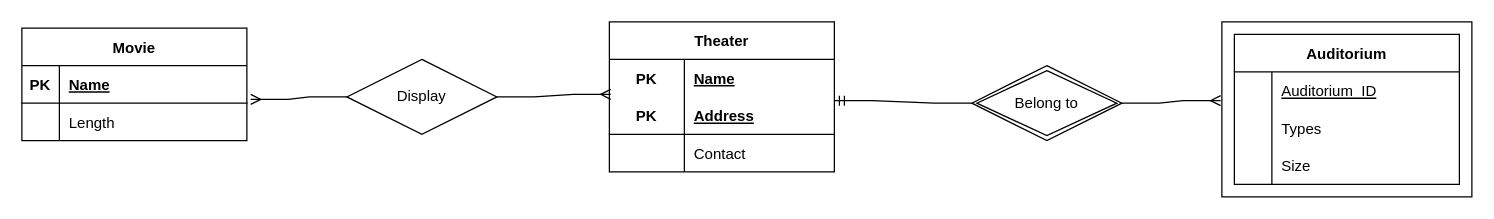
MooMooHorse/MATH221 keeps this draw.io diagram as problem2.drawio. Above is the earlier version. Source tidied: cells renumbered, new cells numbered last; positions are measured from the earlier drawing's top-left corner, leaving out a move shared by most shapes. Both pictures are drawn from the tidied source at 125%, with x=0, y=0 at pixel (21, 21).
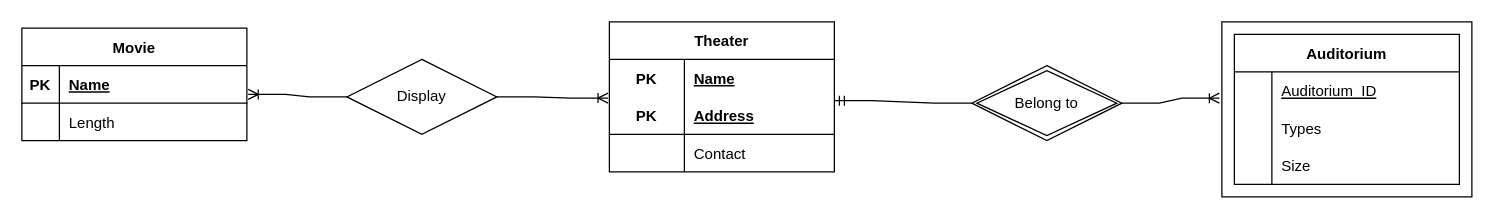
Above is the later version.

Unchanged cells that the change refers to:
```xml
<mxCell id="2" style="rounded=0;whiteSpace=wrap;html=1;" parent="1" vertex="1">
  <mxGeometry x="960" width="200" height="140" as="geometry" />
</mxCell>
<mxCell id="13" value="Belong to" style="shape=rhombus;double=1;perimeter=rhombusPerimeter;whiteSpace=wrap;html=1;align=center;" parent="1" vertex="1">
  <mxGeometry x="760" y="35" width="120" height="60" as="geometry" />
</mxCell>
<mxCell id="16" style="shape=tableRow;horizontal=0;startSize=0;swimlaneHead=0;swimlaneBody=0;fillColor=none;points=[[0,0.5],[1,0.5]];portConstraint=eastwest;top=0;left=0;right=0;bottom=1;" parent="15" vertex="1">
  <mxGeometry y="30" width="180" height="30" as="geometry" />
</mxCell>
<mxCell id="19" style="shape=tableRow;horizontal=0;startSize=0;swimlaneHead=0;swimlaneBody=0;fillColor=none;points=[[0,0.5],[1,0.5]];portConstraint=eastwest;top=0;left=0;right=0;bottom=0;" parent="15" vertex="1">
  <mxGeometry y="60" width="180" height="30" as="geometry" />
</mxCell>
<mxCell id="26" style="shape=tableRow;horizontal=0;startSize=0;swimlaneHead=0;swimlaneBody=0;fillColor=none;points=[[0,0.5],[1,0.5]];portConstraint=eastwest;top=0;left=0;right=0;bottom=1;" parent="22" vertex="1">
  <mxGeometry y="60" width="180" height="30" as="geometry" />
</mxCell>
<mxCell id="32" value="Display" style="shape=rhombus;perimeter=rhombusPerimeter;whiteSpace=wrap;html=1;align=center;" parent="1" vertex="1">
  <mxGeometry x="260" y="30" width="120" height="60" as="geometry" />
</mxCell>
```

Diff of the diagram source:
```diff
@@
-    <mxCell id="14" style="edgeStyle=entityRelationEdgeStyle;fontSize=12;html=1;endArrow=ERmany;rounded=0;exitX=1;exitY=0.5;exitDx=0;exitDy=0;entryX=-0.005;entryY=0.45;entryDx=0;entryDy=0;entryPerimeter=0;" parent="1" edge="1" source="13" target="2">
-      <mxGeometry relative="1" as="geometry" />
-    </mxCell>
@@
+    <mxCell id="14" style="edgeStyle=entityRelationEdgeStyle;fontSize=12;html=1;endArrow=ERoneToMany;rounded=0;entryX=-0.01;entryY=0.436;entryDx=0;entryDy=0;entryPerimeter=0;exitX=1;exitY=0.5;exitDx=0;exitDy=0;" parent="1" edge="1" source="13" target="2">
+      <mxGeometry relative="1" as="geometry" />
+    </mxCell>
+    <mxCell id="36" style="edgeStyle=entityRelationEdgeStyle;fontSize=12;html=1;endArrow=ERoneToMany;rounded=0;exitX=0;exitY=0.5;exitDx=0;exitDy=0;entryX=1.006;entryY=0.767;entryDx=0;entryDy=0;entryPerimeter=0;" parent="1" edge="1" source="32" target="16">
+      <mxGeometry relative="1" as="geometry" />
+    </mxCell>
-    <mxCell id="34" style="edgeStyle=entityRelationEdgeStyle;fontSize=12;html=1;endArrow=ERmany;rounded=0;exitX=1;exitY=0.5;exitDx=0;exitDy=0;entryX=0.006;entryY=-0.067;entryDx=0;entryDy=0;entryPerimeter=0;" parent="1" edge="1" source="32" target="26">
+    <mxCell id="34" style="edgeStyle=entityRelationEdgeStyle;fontSize=12;html=1;endArrow=ERoneToMany;rounded=0;exitX=1;exitY=0.5;exitDx=0;exitDy=0;entryX=-0.006;entryY=0.033;entryDx=0;entryDy=0;entryPerimeter=0;" parent="1" edge="1" source="32" target="26">
       <mxGeometry relative="1" as="geometry" />
     </mxCell>
-    <mxCell id="35" style="edgeStyle=entityRelationEdgeStyle;fontSize=12;html=1;endArrow=ERmany;rounded=0;exitX=0;exitY=0.5;exitDx=0;exitDy=0;entryX=1.017;entryY=-0.1;entryDx=0;entryDy=0;entryPerimeter=0;" parent="1" edge="1" source="32" target="19">
-      <mxGeometry relative="1" as="geometry" />
-    </mxCell>
```
